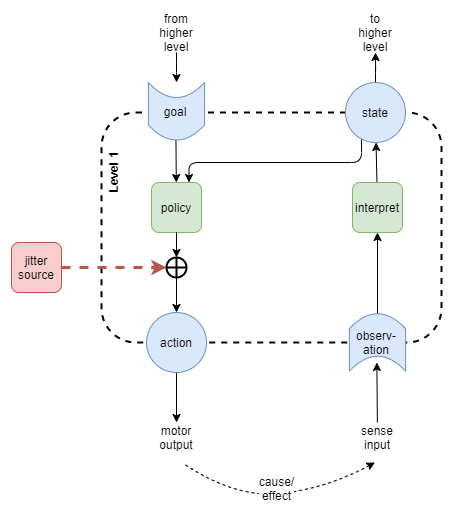
malcolmlett/malcolmlett.github.io keeps this draw.io diagram as files/An-agi-architecture-v1-low-level-jitter.png. Above is the earlier version. Source tidied: cells renumbered, new cells last; positions are measured from the earlier drawing's top-left corner, leaving out a move shared by most shapes.
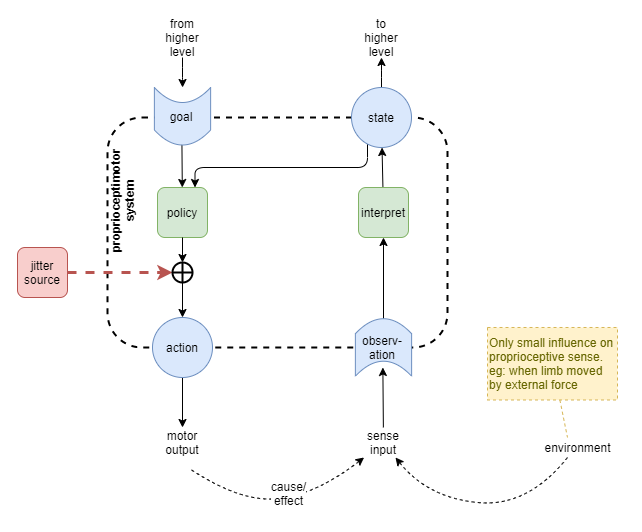
The same diagram one commit later.

The edit, as a diff of the source:
```diff
@@ -49,8 +49,8 @@
     <mxCell id="15" style="edgeStyle=none;rounded=0;jettySize=auto;html=1;" parent="1" edge="1" source="27" target="14">
       <mxGeometry relative="1" as="geometry" />
     </mxCell>
-    <mxCell id="16" value="Level 1" style="text;html=1;strokeColor=none;fillColor=none;align=center;verticalAlign=middle;whiteSpace=wrap;rounded=0;sketch=1;rotation=-90;fontStyle=1;" parent="1" vertex="1">
-      <mxGeometry x="66.9" y="150" width="70" height="20" as="geometry" />
+    <mxCell id="16" value="proprioceptimotor system" style="text;html=1;strokeColor=none;fillColor=none;align=center;verticalAlign=middle;whiteSpace=wrap;rounded=0;sketch=1;rotation=-90;fontStyle=1;" parent="1" vertex="1">
+      <mxGeometry x="46.7" y="170.2" width="116.9" height="26.6" as="geometry" />
     </mxCell>
     <mxCell id="17" value="policy" style="rounded=1;whiteSpace=wrap;html=1;fillColor=#d5e8d4;strokeColor=#82b366;" parent="1" vertex="1">
       <mxGeometry x="140" y="170" width="50" height="50" as="geometry" />
@@ -76,13 +76,12 @@
     <mxCell id="24" style="edgeStyle=none;rounded=0;jettySize=auto;html=1;" parent="1" edge="1" source="17" target="23">
       <mxGeometry relative="1" as="geometry" />
     </mxCell>
-    <mxCell id="25" style="endArrow=classic;dashed=1;html=1;curved=1;endFill=1;" parent="1" edge="1">
+    <mxCell id="25" style="endArrow=classic;dashed=1;html=1;curved=1;endFill=1;" parent="1" edge="1" target="20">
       <mxGeometry relative="1" as="geometry">
         <mxPoint x="174" y="452.4" as="sourcePoint" />
-        <mxPoint x="363.5" y="450" as="targetPoint" />
         <Array as="points">
           <mxPoint x="224.9" y="485.9" />
-          <mxPoint x="314.9" y="475.9" />
+          <mxPoint x="300" y="476" />
         </Array>
       </mxGeometry>
     </mxCell>
@@ -103,5 +102,27 @@
     <mxCell id="30" value="goal" style="text;html=1;strokeColor=none;fillColor=none;align=center;verticalAlign=middle;whiteSpace=wrap;rounded=0;sketch=1;rotation=0;" parent="1" vertex="1">
       <mxGeometry x="139.4" y="78.8" width="50" height="40" as="geometry" />
     </mxCell>
+    <mxCell id="31" style="endArrow=classic;dashed=1;html=1;curved=1;endFill=1;" parent="1" edge="1" target="20">
+      <mxGeometry relative="1" as="geometry">
+        <mxPoint x="550" y="440" as="sourcePoint" />
+        <Array as="points">
+          <mxPoint x="510" y="490" />
+          <mxPoint x="410" y="480" />
+        </Array>
+      </mxGeometry>
+    </mxCell>
+    <mxCell id="32" value="environment" style="edgeLabel;html=1;align=center;verticalAlign=middle;fontSize=12;" parent="31" vertex="1">
+      <mxGeometry x="-0.41" y="13" relative="1" as="geometry">
+        <mxPoint x="39.5" y="-67.6" as="offset" />
+      </mxGeometry>
+    </mxCell>
+    <mxCell id="33" value="Only small influence on proprioceptive sense.&lt;br&gt;eg: when limb moved by external force" style="rounded=0;whiteSpace=wrap;html=1;align=left;fillColor=#fff2cc;strokeColor=#d6b656;fontColor=#666600;dashed=1;" parent="1" vertex="1">
+      <mxGeometry x="470" y="310" width="130" height="72.5" as="geometry" />
+    </mxCell>
+    <mxCell id="34" style="rounded=0;jumpStyle=arc;jettySize=auto;html=1;strokeWidth=1;fontColor=#666600;dashed=1;strokeColor=#d6b656;fillColor=#fff2cc;endArrow=none;endFill=0;" parent="1" edge="1" source="33">
+      <mxGeometry relative="1" as="geometry">
+        <mxPoint x="550" y="420" as="targetPoint" />
+      </mxGeometry>
+    </mxCell>
   </root>
 </mxGraphModel>
```
